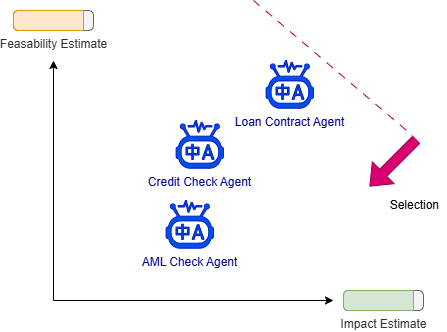
Before: images/0207_asismodelagentsplanningmatrix.png, a diagram exported from draw.io (jalaliamin/bpdi). Source tidied: cells renumbered, new cells last; positions are measured from the earlier drawing's top-left corner, leaving out a move shared by most shapes.
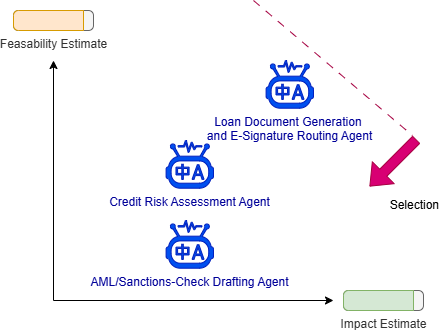
After the change.

Change to the diagram source:
```diff
@@ -14,7 +14,7 @@
         <mxPoint x="320" y="300" as="targetPoint" />
       </mxGeometry>
     </mxCell>
-    <mxCell id="4" value="Loan Contract Agent" style="html=1;align=center;shadow=0;dashed=0;fillColor=#0050ef;strokeColor=#001DBC;shape=mxgraph.alibaba_cloud.alimt_machine_translation;labelPosition=center;verticalLabelPosition=bottom;verticalAlign=top;fontColor=#000099;" parent="1" vertex="1">
+    <mxCell id="4" value="Loan Document Generation&amp;nbsp;&lt;div&gt;and E-Signature Routing Agent&lt;/div&gt;" style="html=1;align=center;shadow=0;dashed=0;fillColor=#0050ef;strokeColor=#001DBC;shape=mxgraph.alibaba_cloud.alimt_machine_translation;labelPosition=center;verticalLabelPosition=bottom;verticalAlign=top;fontColor=#000099;" parent="1" vertex="1">
       <mxGeometry x="252.6" y="60" width="47.4" height="47.7" as="geometry" />
     </mxCell>
     <mxCell id="5" value="Impact Estimate" style="html=1;shadow=0;dashed=0;shape=mxgraph.bootstrap.rrect;rSize=5;fillColor=#f5f5f5;strokeColor=#666666;labelBorderColor=none;fontColor=#333333;labelPosition=center;verticalLabelPosition=bottom;align=center;verticalAlign=top;" parent="1" vertex="1">
@@ -29,11 +29,11 @@
     <mxCell id="8" style="html=1;shadow=0;dashed=0;shape=mxgraph.bootstrap.leftButton;rSize=5;fillColor=#ffe6cc;strokeColor=#d79b00;" parent="7" vertex="1">
       <mxGeometry width="70" height="20" relative="1" as="geometry" />
     </mxCell>
-    <mxCell id="9" value="Credit Check Agent" style="html=1;align=center;shadow=0;dashed=0;fillColor=#0050ef;strokeColor=#001DBC;shape=mxgraph.alibaba_cloud.alimt_machine_translation;labelPosition=center;verticalLabelPosition=bottom;verticalAlign=top;fontColor=#000099;" parent="1" vertex="1">
-      <mxGeometry x="162.6" y="120" width="47.4" height="47.7" as="geometry" />
+    <mxCell id="9" value="Credit Risk Assessment Agent" style="html=1;align=center;shadow=0;dashed=0;fillColor=#0050ef;strokeColor=#001DBC;shape=mxgraph.alibaba_cloud.alimt_machine_translation;labelPosition=center;verticalLabelPosition=bottom;verticalAlign=top;fontColor=#000099;" parent="1" vertex="1">
+      <mxGeometry x="152.6" y="140" width="47.4" height="47.7" as="geometry" />
     </mxCell>
-    <mxCell id="10" value="AML Check Agent" style="html=1;align=center;shadow=0;dashed=0;fillColor=#0050ef;strokeColor=#001DBC;shape=mxgraph.alibaba_cloud.alimt_machine_translation;labelPosition=center;verticalLabelPosition=bottom;verticalAlign=top;fontColor=#000099;" parent="1" vertex="1">
-      <mxGeometry x="152.6" y="200" width="47.4" height="47.7" as="geometry" />
+    <mxCell id="10" value="AML/Sanctions-Check Drafting Agent" style="html=1;align=center;shadow=0;dashed=0;fillColor=#0050ef;strokeColor=#001DBC;shape=mxgraph.alibaba_cloud.alimt_machine_translation;labelPosition=center;verticalLabelPosition=bottom;verticalAlign=top;fontColor=#000099;" parent="1" vertex="1">
+      <mxGeometry x="152.6" y="220" width="47.4" height="47.7" as="geometry" />
     </mxCell>
     <mxCell id="11" style="endArrow=none;html=1;rounded=0;dashed=1;dashPattern=8 8;fillColor=#d80073;strokeColor=#A50040;" parent="1" edge="1">
       <mxGeometry relative="1" as="geometry">
```
